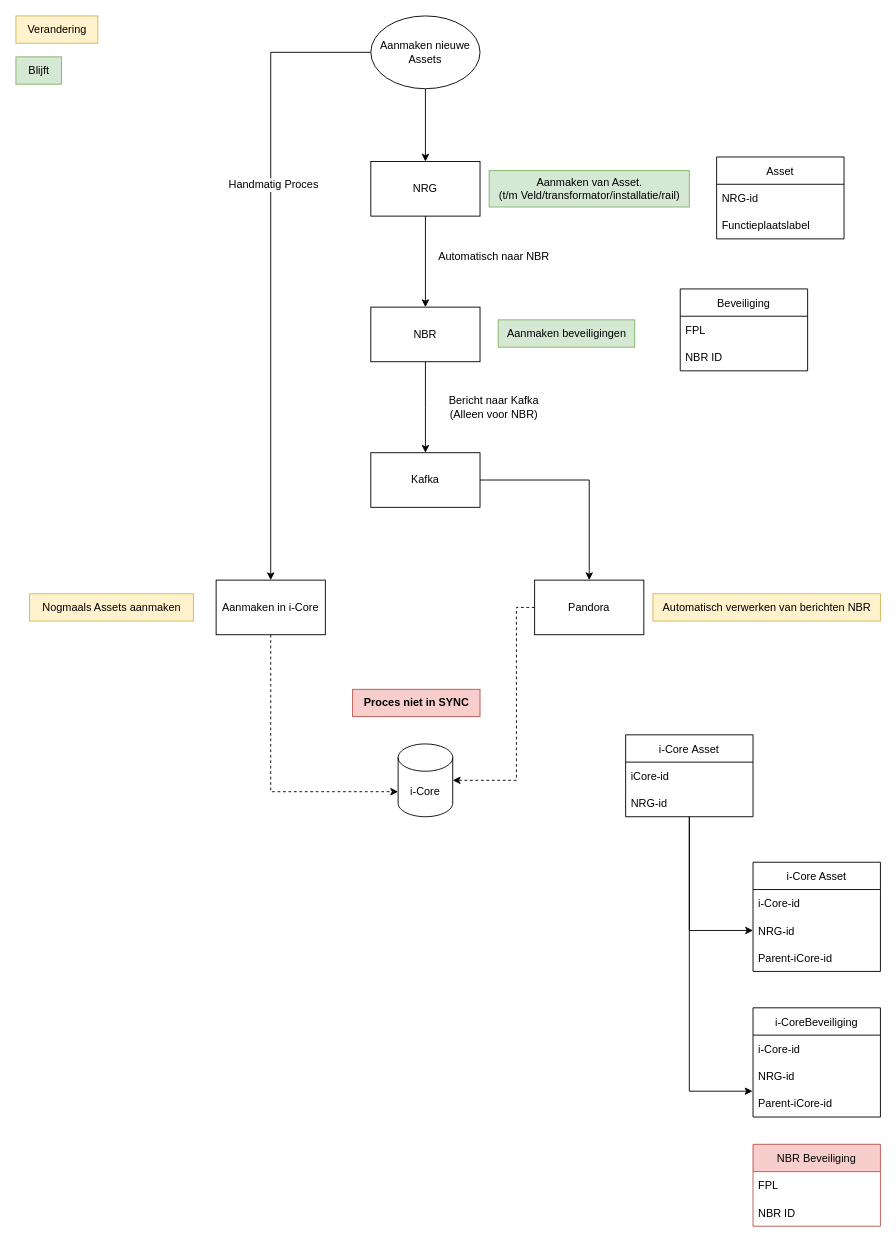
This is Diagrams/Untitled Diagram.drawio from eleemans/Diagrams, a draw.io file, before an edit. Source tidied: cells renumbered, new cells numbered last; positions are measured from the earlier drawing's top-left corner, leaving out a move shared by most shapes. Both pictures are drawn from the tidied source at 91%, with x=0, y=0 at pixel (15, 15).
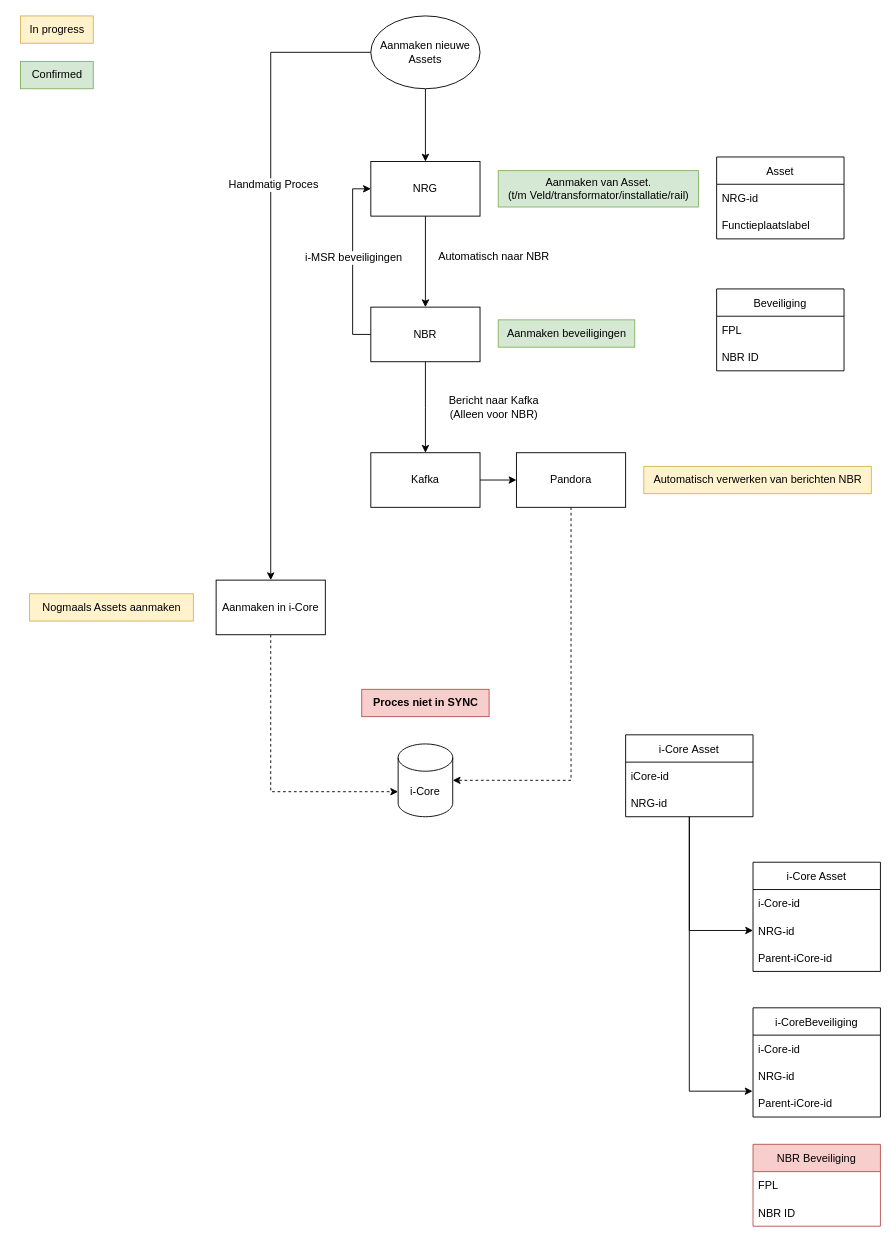
The same page after the edit.

Unchanged cells that the change refers to:
```xml
<mxCell id="5" value="NRG" style="rounded=0;whiteSpace=wrap;html=1;" parent="1" vertex="1">
  <mxGeometry x="390" y="160" width="120" height="60" as="geometry" />
</mxCell>
<mxCell id="8" value="i-Core" style="shape=cylinder3;whiteSpace=wrap;html=1;boundedLbl=1;backgroundOutline=1;size=15;" parent="1" vertex="1">
  <mxGeometry x="420" y="800" width="60" height="80" as="geometry" />
</mxCell>
<mxCell id="16" value="NBR" style="rounded=0;whiteSpace=wrap;html=1;" parent="1" vertex="1">
  <mxGeometry x="390" y="320" width="120" height="60" as="geometry" />
</mxCell>
<mxCell id="46" value="Aanmaken in i-Core" style="rounded=0;whiteSpace=wrap;html=1;" parent="1" vertex="1">
  <mxGeometry x="220" y="620" width="120" height="60" as="geometry" />
</mxCell>
```

Change to the diagram source:
```diff
@@
-    <mxCell id="6" style="edgeStyle=orthogonalEdgeStyle;rounded=0;jettySize=auto;html=1;exitX=0;exitY=0.5;exitDx=0;exitDy=0;entryX=1;entryY=0.5;entryDx=0;entryDy=0;entryPerimeter=0;dashed=1;" parent="1" edge="1" source="7" target="8">
+    <mxCell id="6" style="edgeStyle=orthogonalEdgeStyle;rounded=0;jettySize=auto;html=1;exitX=0.5;exitY=1;exitDx=0;exitDy=0;entryX=1;entryY=0.5;entryDx=0;entryDy=0;entryPerimeter=0;dashed=1;" parent="1" edge="1" source="7" target="8">
       <mxGeometry relative="1" as="geometry">
         <Array as="points">
-          <mxPoint x="550" y="650" />
-          <mxPoint x="550" y="840" />
+          <mxPoint x="610" y="840" />
         </Array>
       </mxGeometry>
     </mxCell>
     <mxCell id="7" value="Pandora" style="rounded=0;whiteSpace=wrap;html=1;" parent="1" vertex="1">
-      <mxGeometry x="570" y="620" width="120" height="60" as="geometry" />
+      <mxGeometry x="550" y="480" width="120" height="60" as="geometry" />
     </mxCell>
@@
     <mxCell id="9" value="Aanmaken van Asset.&lt;br&gt;(t/m Veld/transformator/installatie/rail)" style="text;html=1;align=center;verticalAlign=middle;strokeColor=#82b366;fillColor=#d5e8d4;" parent="1" vertex="1">
-      <mxGeometry x="520" y="170" width="220" height="40" as="geometry" />
+      <mxGeometry x="530" y="170" width="220" height="40" as="geometry" />
     </mxCell>
@@
+    <mxCell id="48" style="edgeStyle=orthogonalEdgeStyle;rounded=0;jettySize=auto;html=1;exitX=0;exitY=0.5;exitDx=0;exitDy=0;entryX=0;entryY=0.5;entryDx=0;entryDy=0;strokeColor=#000000;fontSize=12;" parent="1" edge="1" source="16" target="5">
+      <mxGeometry relative="1" as="geometry" />
+    </mxCell>
+    <mxCell id="49" value="i-MSR beveiligingen" style="edgeLabel;html=1;align=center;verticalAlign=middle;fontSize=12;" parent="48" vertex="1">
+      <mxGeometry x="-0.26" y="-2" relative="1" as="geometry">
+        <mxPoint x="-2" y="-31" as="offset" />
+      </mxGeometry>
+    </mxCell>
@@
     <mxCell id="18" value="Beveiliging" style="swimlane;fontStyle=0;horizontal=1;startSize=30;" parent="1" vertex="1">
-      <mxGeometry x="730" y="300" width="140" height="90" as="geometry" />
+      <mxGeometry x="770" y="300" width="140" height="90" as="geometry" />
     </mxCell>
@@
     <mxCell id="24" value="Automatisch verwerken van berichten NBR" style="text;html=1;align=center;verticalAlign=middle;strokeColor=#d6b656;fillColor=#fff2cc;" parent="1" vertex="1">
-      <mxGeometry x="700" y="635" width="250" height="30" as="geometry" />
+      <mxGeometry x="690" y="495" width="250" height="30" as="geometry" />
     </mxCell>
@@
     <mxCell id="38" value="&lt;b&gt;Proces niet in SYNC&lt;/b&gt;" style="text;html=1;align=center;verticalAlign=middle;strokeColor=#b85450;fillColor=#f8cecc;" parent="1" vertex="1">
-      <mxGeometry x="370" y="740" width="140" height="30" as="geometry" />
+      <mxGeometry x="380" y="740" width="140" height="30" as="geometry" />
     </mxCell>
@@
-    <mxCell id="43" value="Verandering" style="text;html=1;align=center;verticalAlign=middle;strokeColor=#d6b656;fillColor=#fff2cc;" parent="1" vertex="1">
-      <mxGeometry width="90" height="30" as="geometry" />
+    <mxCell id="43" value="In progress" style="text;html=1;align=center;verticalAlign=middle;strokeColor=#d6b656;fillColor=#fff2cc;" parent="1" vertex="1">
+      <mxGeometry x="5" width="80" height="30" as="geometry" />
     </mxCell>
-    <mxCell id="44" value="Blijft&lt;br&gt;" style="text;html=1;align=center;verticalAlign=middle;strokeColor=#82b366;fillColor=#d5e8d4;" parent="1" vertex="1">
-      <mxGeometry y="45" width="50" height="30" as="geometry" />
+    <mxCell id="44" value="Confirmed" style="text;html=1;align=center;verticalAlign=middle;strokeColor=#82b366;fillColor=#d5e8d4;" parent="1" vertex="1">
+      <mxGeometry x="5" y="50" width="80" height="30" as="geometry" />
     </mxCell>
     <mxCell id="45" style="edgeStyle=orthogonalEdgeStyle;rounded=0;jettySize=auto;html=1;exitX=0.5;exitY=1;exitDx=0;exitDy=0;entryX=0;entryY=0;entryDx=0;entryDy=52.5;entryPerimeter=0;dashed=1;strokeColor=#000000;fontSize=12;" parent="1" edge="1" source="46" target="8">
-      <mxGeometry relative="1" as="geometry" />
+      <mxGeometry relative="1" as="geometry">
+        <Array as="points">
+          <mxPoint x="280" y="853" />
+        </Array>
+      </mxGeometry>
     </mxCell>
```
